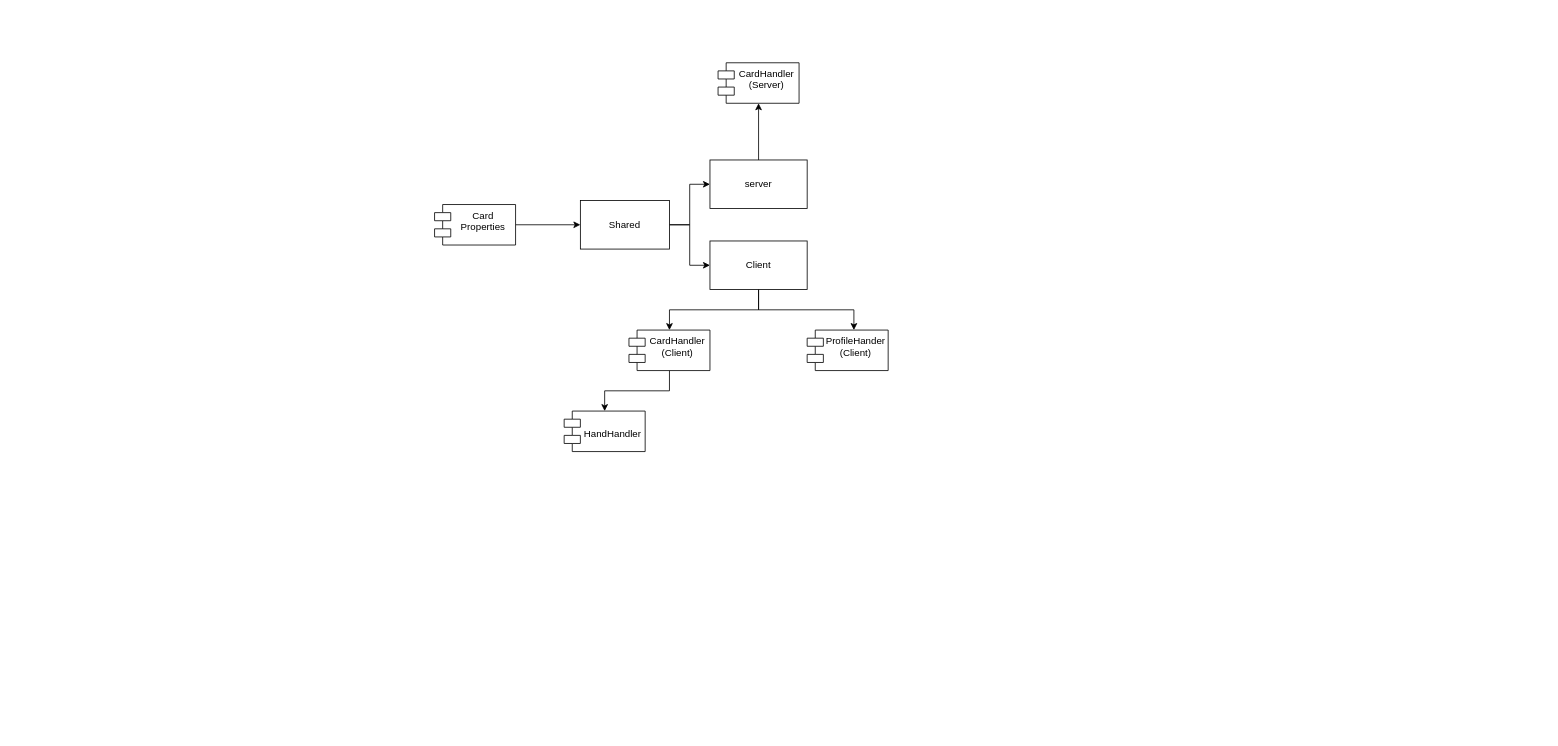
This is Untitled Diagram.drawio from dso12red/Class-30, a draw.io file, before an edit. Source tidied: cells renumbered, new cells numbered last; positions are measured from the earlier drawing's top-left corner, leaving out a move shared by most shapes. Both pictures are drawn from the tidied source at 81%, with x=0, y=0 at pixel (434, 62).
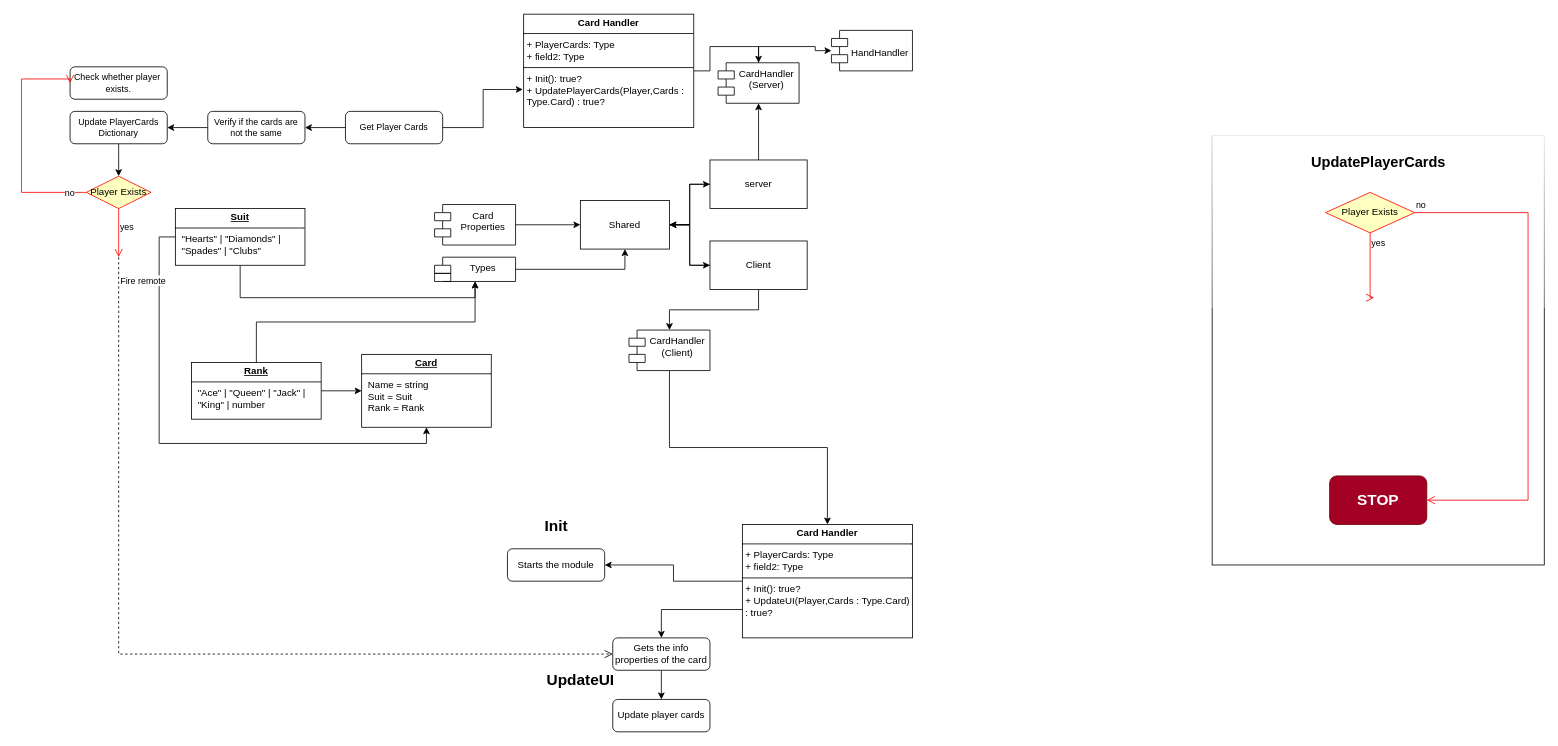
The same page after the edit.

The change refers to these unchanged cells:
```xml
<mxCell id="3" value="server" style="rounded=0;whiteSpace=wrap;html=1;" parent="1" vertex="1">
  <mxGeometry x="340" y="120" width="120" height="60" as="geometry" />
</mxCell>
<mxCell id="4" value="CardHandler&lt;div&gt;(Server)&lt;/div&gt;" style="shape=module;align=left;spacingLeft=20;align=center;verticalAlign=top;whiteSpace=wrap;html=1;" parent="1" vertex="1">
  <mxGeometry x="350" width="100" height="50" as="geometry" />
</mxCell>
<mxCell id="6" value="CardHandler&lt;div&gt;(Client)&lt;/div&gt;" style="shape=module;align=left;spacingLeft=20;align=center;verticalAlign=top;whiteSpace=wrap;html=1;" parent="1" vertex="1">
  <mxGeometry x="240" y="330" width="100" height="50" as="geometry" />
</mxCell>
<mxCell id="8" value="Client" style="rounded=0;whiteSpace=wrap;html=1;" parent="1" vertex="1">
  <mxGeometry x="340" y="220" width="120" height="60" as="geometry" />
</mxCell>
<mxCell id="15" value="Shared" style="rounded=0;whiteSpace=wrap;html=1;" parent="1" vertex="1">
  <mxGeometry x="180" y="170" width="110" height="60" as="geometry" />
</mxCell>
```

What changed in the source:
```diff
@@
+    <mxCell id="17" style="edgeStyle=orthogonalEdgeStyle;rounded=0;jettySize=auto;html=1;exitX=0;exitY=0.5;exitDx=0;exitDy=0;entryX=1;entryY=0.5;entryDx=0;entryDy=0;" parent="1" edge="1" source="3" target="15">
+      <mxGeometry relative="1" as="geometry" />
+    </mxCell>
@@
+    <mxCell id="18" style="edgeStyle=orthogonalEdgeStyle;rounded=0;jettySize=auto;html=1;exitX=0.5;exitY=0;exitDx=0;exitDy=0;" parent="1" edge="1" source="4" target="16">
+      <mxGeometry relative="1" as="geometry" />
+    </mxCell>
@@
-    <mxCell id="5" style="edgeStyle=orthogonalEdgeStyle;rounded=0;jettySize=auto;html=1;exitX=0.5;exitY=1;exitDx=0;exitDy=0;entryX=0.5;entryY=0;entryDx=0;entryDy=0;" parent="1" edge="1" source="6" target="16">
-      <mxGeometry relative="1" as="geometry" />
-    </mxCell>
+    <mxCell id="19" style="edgeStyle=orthogonalEdgeStyle;rounded=0;jettySize=auto;html=1;exitX=0.5;exitY=1;exitDx=0;exitDy=0;entryX=0.5;entryY=0;entryDx=0;entryDy=0;" parent="1" edge="1" source="6" target="42">
+      <mxGeometry relative="1" as="geometry" />
+    </mxCell>
@@
+    <mxCell id="20" style="edgeStyle=orthogonalEdgeStyle;rounded=0;jettySize=auto;html=1;exitX=0;exitY=0.5;exitDx=0;exitDy=0;entryX=1;entryY=0.5;entryDx=0;entryDy=0;" parent="1" edge="1" source="8" target="15">
+      <mxGeometry relative="1" as="geometry" />
+    </mxCell>
@@
-    <mxCell id="9" value="ProfileHander&lt;div&gt;(Client)&lt;/div&gt;" style="shape=module;align=left;spacingLeft=20;align=center;verticalAlign=top;whiteSpace=wrap;html=1;" parent="1" vertex="1">
-      <mxGeometry x="460" y="330" width="100" height="50" as="geometry" />
-    </mxCell>
-    <mxCell id="10" style="edgeStyle=orthogonalEdgeStyle;rounded=0;jettySize=auto;html=1;exitX=0.5;exitY=1;exitDx=0;exitDy=0;entryX=0.577;entryY=-0.001;entryDx=0;entryDy=0;entryPerimeter=0;" parent="1" edge="1" source="8" target="9">
-      <mxGeometry relative="1" as="geometry" />
-    </mxCell>
@@
     <mxCell id="16" value="&lt;div&gt;&lt;br&gt;&lt;/div&gt;HandHandler" style="shape=module;align=left;spacingLeft=20;align=center;verticalAlign=top;whiteSpace=wrap;html=1;" parent="1" vertex="1">
-      <mxGeometry x="160" y="430" width="100" height="50" as="geometry" />
+      <mxGeometry x="490" y="-40" width="100" height="50" as="geometry" />
     </mxCell>
+    <mxCell id="21" style="edgeStyle=orthogonalEdgeStyle;rounded=0;jettySize=auto;html=1;exitX=1;exitY=0.5;exitDx=0;exitDy=0;entryX=0.5;entryY=1;entryDx=0;entryDy=0;" parent="1" edge="1" source="22" target="15">
+      <mxGeometry relative="1" as="geometry" />
+    </mxCell>
+    <mxCell id="22" value="Types&lt;div&gt;&lt;br&gt;&lt;/div&gt;" style="shape=module;align=left;spacingLeft=20;align=center;verticalAlign=top;whiteSpace=wrap;html=1;" parent="1" vertex="1">
+      <mxGeometry y="240" width="100" height="30" as="geometry" />
+    </mxCell>
+    <mxCell id="23" value="&lt;p style=&quot;margin:0px;margin-top:4px;text-align:center;text-decoration:underline;&quot;&gt;&lt;b&gt;Card&lt;/b&gt;&lt;/p&gt;&lt;hr size=&quot;1&quot; style=&quot;border-style:solid;&quot;&gt;&lt;p style=&quot;margin:0px;margin-left:8px;&quot;&gt;Name = string&lt;br&gt;Suit = Suit&lt;br&gt;Rank = Rank&lt;/p&gt;" style="verticalAlign=top;align=left;overflow=fill;html=1;whiteSpace=wrap;" parent="1" vertex="1">
+      <mxGeometry x="-90" y="360" width="160" height="90" as="geometry" />
+    </mxCell>
+    <mxCell id="24" style="edgeStyle=orthogonalEdgeStyle;rounded=0;jettySize=auto;html=1;exitX=1;exitY=0.5;exitDx=0;exitDy=0;entryX=0;entryY=0.5;entryDx=0;entryDy=0;" parent="1" edge="1" source="26" target="23">
+      <mxGeometry relative="1" as="geometry" />
+    </mxCell>
+    <mxCell id="25" style="edgeStyle=orthogonalEdgeStyle;rounded=0;jettySize=auto;html=1;exitX=0.5;exitY=0;exitDx=0;exitDy=0;entryX=0.5;entryY=1;entryDx=0;entryDy=0;" parent="1" edge="1" source="26" target="22">
+      <mxGeometry relative="1" as="geometry" />
+    </mxCell>
+    <mxCell id="26" value="&lt;p style=&quot;margin:0px;margin-top:4px;text-align:center;text-decoration:underline;&quot;&gt;&lt;b&gt;Rank&lt;/b&gt;&lt;/p&gt;&lt;hr size=&quot;1&quot; style=&quot;border-style:solid;&quot;&gt;&lt;p style=&quot;margin:0px;margin-left:8px;&quot;&gt;&quot;Ace&quot; | &quot;Queen&quot; | &quot;Jack&quot; | &quot;King&quot; | number&lt;/p&gt;" style="verticalAlign=top;align=left;overflow=fill;html=1;whiteSpace=wrap;" parent="1" vertex="1">
+      <mxGeometry x="-300" y="370" width="160" height="70" as="geometry" />
+    </mxCell>
+    <mxCell id="27" style="edgeStyle=orthogonalEdgeStyle;rounded=0;jettySize=auto;html=1;exitX=0.5;exitY=1;exitDx=0;exitDy=0;entryX=0.5;entryY=1;entryDx=0;entryDy=0;" parent="1" edge="1" source="29" target="22">
+      <mxGeometry relative="1" as="geometry" />
+    </mxCell>
+    <mxCell id="28" style="edgeStyle=orthogonalEdgeStyle;rounded=0;jettySize=auto;html=1;exitX=0;exitY=0.5;exitDx=0;exitDy=0;entryX=0.5;entryY=1;entryDx=0;entryDy=0;" parent="1" edge="1" source="29" target="23">
+      <mxGeometry relative="1" as="geometry" />
+    </mxCell>
+    <mxCell id="29" value="&lt;p style=&quot;margin:0px;margin-top:4px;text-align:center;text-decoration:underline;&quot;&gt;&lt;b&gt;Suit&lt;/b&gt;&lt;/p&gt;&lt;hr size=&quot;1&quot; style=&quot;border-style:solid;&quot;&gt;&lt;p style=&quot;margin:0px;margin-left:8px;&quot;&gt;&quot;Hearts&quot; | &quot;Diamonds&quot; | &quot;Spades&quot; | &quot;Clubs&quot;&lt;/p&gt;" style="verticalAlign=top;align=left;overflow=fill;html=1;whiteSpace=wrap;" parent="1" vertex="1">
+      <mxGeometry x="-320" y="180" width="160" height="70" as="geometry" />
+    </mxCell>
+    <mxCell id="30" style="edgeStyle=orthogonalEdgeStyle;rounded=0;jettySize=auto;html=1;exitX=1;exitY=0.5;exitDx=0;exitDy=0;entryX=0.5;entryY=0;entryDx=0;entryDy=0;" parent="1" edge="1" source="31" target="4">
+      <mxGeometry relative="1" as="geometry" />
+    </mxCell>
+    <mxCell id="31" value="&lt;p style=&quot;margin:0px;margin-top:4px;text-align:center;&quot;&gt;&lt;b&gt;Card Handler&lt;/b&gt;&lt;/p&gt;&lt;hr size=&quot;1&quot; style=&quot;border-style:solid;&quot;&gt;&lt;p style=&quot;margin:0px;margin-left:4px;&quot;&gt;+ PlayerCards: Type&lt;br&gt;+ field2: Type&lt;/p&gt;&lt;hr size=&quot;1&quot; style=&quot;border-style:solid;&quot;&gt;&lt;p style=&quot;margin:0px;margin-left:4px;&quot;&gt;+ Init(): true?&lt;br&gt;&lt;/p&gt;&lt;p style=&quot;margin:0px;margin-left:4px;&quot;&gt;+ UpdatePlayerCards(Player,Cards : Type.Card) : true?&lt;/p&gt;" style="verticalAlign=top;align=left;overflow=fill;html=1;whiteSpace=wrap;" parent="1" vertex="1">
+      <mxGeometry x="110" y="-60" width="210" height="140" as="geometry" />
+    </mxCell>
+    <mxCell id="32" style="edgeStyle=orthogonalEdgeStyle;rounded=0;jettySize=auto;html=1;exitX=0;exitY=0.5;exitDx=0;exitDy=0;entryX=1;entryY=0.5;entryDx=0;entryDy=0;" parent="1" edge="1" source="33" target="35">
+      <mxGeometry relative="1" as="geometry" />
+    </mxCell>
+    <mxCell id="33" value="Get Player Cards" style="rounded=1;whiteSpace=wrap;html=1;fontSize=11;" parent="1" vertex="1">
+      <mxGeometry x="-110" y="60" width="120" height="40" as="geometry" />
+    </mxCell>
+    <mxCell id="34" style="edgeStyle=orthogonalEdgeStyle;rounded=0;jettySize=auto;html=1;exitX=0;exitY=0.5;exitDx=0;exitDy=0;entryX=1;entryY=0.5;entryDx=0;entryDy=0;" parent="1" edge="1" source="35" target="37">
+      <mxGeometry relative="1" as="geometry" />
+    </mxCell>
+    <mxCell id="35" value="Verify if the cards are not the same" style="rounded=1;whiteSpace=wrap;html=1;fontSize=11;" parent="1" vertex="1">
+      <mxGeometry x="-280" y="60" width="120" height="40" as="geometry" />
+    </mxCell>
+    <mxCell id="36" style="edgeStyle=orthogonalEdgeStyle;rounded=0;jettySize=auto;html=1;exitX=0.5;exitY=1;exitDx=0;exitDy=0;entryX=0.5;entryY=0;entryDx=0;entryDy=0;" parent="1" edge="1" source="37">
+      <mxGeometry relative="1" as="geometry">
+        <mxPoint x="-390" y="140" as="targetPoint" />
+      </mxGeometry>
+    </mxCell>
+    <mxCell id="37" value="Update PlayerCards Dictionary" style="rounded=1;whiteSpace=wrap;html=1;fontSize=11;" parent="1" vertex="1">
+      <mxGeometry x="-450" y="60" width="120" height="40" as="geometry" />
+    </mxCell>
+    <mxCell id="38" style="edgeStyle=orthogonalEdgeStyle;rounded=0;orthogonalLoop=1;jettySize=auto;html=1;exitX=0.5;exitY=1;exitDx=0;exitDy=0;" parent="1" edge="1" source="35" target="35">
+      <mxGeometry relative="1" as="geometry" />
+    </mxCell>
+    <mxCell id="39" style="edgeStyle=orthogonalEdgeStyle;rounded=0;jettySize=auto;html=1;exitX=1;exitY=0.5;exitDx=0;exitDy=0;entryX=-0.005;entryY=0.664;entryDx=0;entryDy=0;entryPerimeter=0;" parent="1" edge="1" source="33" target="31">
+      <mxGeometry relative="1" as="geometry" />
+    </mxCell>
+    <mxCell id="40" style="edgeStyle=orthogonalEdgeStyle;rounded=0;jettySize=auto;html=1;exitX=0;exitY=0.75;exitDx=0;exitDy=0;entryX=0.5;entryY=0;entryDx=0;entryDy=0;" parent="1" edge="1" source="42" target="46">
+      <mxGeometry relative="1" as="geometry" />
+    </mxCell>
+    <mxCell id="41" style="edgeStyle=orthogonalEdgeStyle;rounded=0;jettySize=auto;html=1;exitX=0;exitY=0.5;exitDx=0;exitDy=0;entryX=1;entryY=0.5;entryDx=0;entryDy=0;" parent="1" edge="1" source="42" target="48">
+      <mxGeometry relative="1" as="geometry" />
+    </mxCell>
+    <mxCell id="42" value="&lt;p style=&quot;margin:0px;margin-top:4px;text-align:center;&quot;&gt;&lt;b&gt;Card Handler&lt;/b&gt;&lt;/p&gt;&lt;hr size=&quot;1&quot; style=&quot;border-style:solid;&quot;&gt;&lt;p style=&quot;margin:0px;margin-left:4px;&quot;&gt;+ PlayerCards: Type&lt;br&gt;+ field2: Type&lt;/p&gt;&lt;hr size=&quot;1&quot; style=&quot;border-style:solid;&quot;&gt;&lt;p style=&quot;margin:0px;margin-left:4px;&quot;&gt;+ Init(): true?&lt;br&gt;&lt;/p&gt;&lt;p style=&quot;margin:0px;margin-left:4px;&quot;&gt;+ UpdateUI(Player,Cards : Type.Card) : true?&lt;/p&gt;" style="verticalAlign=top;align=left;overflow=fill;html=1;whiteSpace=wrap;" parent="1" vertex="1">
+      <mxGeometry x="380" y="570" width="210" height="140" as="geometry" />
+    </mxCell>
+    <mxCell id="43" value="Update player cards" style="rounded=1;whiteSpace=wrap;html=1;" parent="1" vertex="1">
+      <mxGeometry x="220" y="786" width="120" height="40" as="geometry" />
+    </mxCell>
+    <mxCell id="44" value="UpdateUI" style="text;align=center;fontStyle=1;verticalAlign=middle;spacingLeft=3;spacingRight=3;strokeColor=none;html=1;fontSize=19;" parent="1" vertex="1">
+      <mxGeometry x="100" y="750" width="160" height="26" as="geometry" />
+    </mxCell>
+    <mxCell id="45" style="edgeStyle=orthogonalEdgeStyle;rounded=0;jettySize=auto;html=1;exitX=0.5;exitY=1;exitDx=0;exitDy=0;entryX=0.5;entryY=0;entryDx=0;entryDy=0;" parent="1" edge="1" source="46" target="43">
+      <mxGeometry relative="1" as="geometry" />
+    </mxCell>
+    <mxCell id="46" value="Gets the info properties of the card" style="rounded=1;whiteSpace=wrap;html=1;" parent="1" vertex="1">
+      <mxGeometry x="220" y="710" width="120" height="40" as="geometry" />
+    </mxCell>
+    <mxCell id="47" value="Fire remote" style="html=1;verticalAlign=bottom;endArrow=open;dashed=1;endSize=8;curved=0;rounded=0;entryX=0;entryY=0.5;entryDx=0;entryDy=0;" parent="1" edge="1" target="46">
+      <mxGeometry x="-0.93" y="30" relative="1" as="geometry">
+        <mxPoint x="-390" y="240" as="sourcePoint" />
+        <Array as="points">
+          <mxPoint x="-390" y="730" />
+        </Array>
+      </mxGeometry>
+    </mxCell>
+    <mxCell id="48" value="Starts the module" style="rounded=1;whiteSpace=wrap;html=1;" parent="1" vertex="1">
+      <mxGeometry x="90" y="600" width="120" height="40" as="geometry" />
+    </mxCell>
+    <mxCell id="49" value="Init" style="text;align=center;fontStyle=1;verticalAlign=middle;spacingLeft=3;spacingRight=3;strokeColor=none;html=1;fontSize=19;" parent="1" vertex="1">
+      <mxGeometry x="70" y="560" width="160" height="26" as="geometry" />
+    </mxCell>
+    <mxCell id="50" value="Check whether player&amp;nbsp;&lt;div&gt;exists.&lt;/div&gt;" style="rounded=1;whiteSpace=wrap;html=1;fontSize=11;" parent="1" vertex="1">
+      <mxGeometry x="-450" y="5" width="120" height="40" as="geometry" />
+    </mxCell>
+    <mxCell id="51" value="Player Exists" style="rhombus;whiteSpace=wrap;html=1;fontColor=#000000;fillColor=#ffffc0;strokeColor=#ff0000;" parent="1" vertex="1">
+      <mxGeometry x="-430" y="140" width="80" height="40" as="geometry" />
+    </mxCell>
+    <mxCell id="52" value="no" style="edgeStyle=orthogonalEdgeStyle;html=1;align=left;verticalAlign=bottom;endArrow=open;endSize=8;strokeColor=#ff0000;rounded=0;entryX=0;entryY=0.5;entryDx=0;entryDy=0;" parent="1" edge="1" source="51" target="50">
+      <mxGeometry x="-0.8" y="10" relative="1" as="geometry">
+        <Array as="points">
+          <mxPoint x="-510" y="160" />
+          <mxPoint x="-510" y="20" />
+          <mxPoint x="-450" y="20" />
+        </Array>
+      </mxGeometry>
+    </mxCell>
+    <mxCell id="53" value="yes" style="edgeStyle=orthogonalEdgeStyle;html=1;align=left;verticalAlign=top;endArrow=open;endSize=8;strokeColor=#ff0000;rounded=0;" parent="1" edge="1" source="51">
+      <mxGeometry x="-0.67" relative="1" as="geometry">
+        <mxPoint x="-390" y="240" as="targetPoint" />
+      </mxGeometry>
+    </mxCell>
+    <mxCell id="54" style="rounded=0;whiteSpace=wrap;html=1;glass=1;" parent="1" vertex="1">
+      <mxGeometry x="960" y="90" width="410" height="530" as="geometry" />
+    </mxCell>
+    <mxCell id="55" value="UpdatePlayerCards" style="text;align=center;fontStyle=1;verticalAlign=middle;spacingLeft=3;spacingRight=3;strokeColor=none;html=1;fontSize=18;" parent="1" vertex="1">
+      <mxGeometry x="1055" y="90" width="220" height="66" as="geometry" />
+    </mxCell>
+    <mxCell id="56" value="Player Exists" style="rhombus;whiteSpace=wrap;html=1;fontColor=#000000;fillColor=#ffffc0;strokeColor=#ff0000;" parent="1" vertex="1">
+      <mxGeometry x="1100" y="160" width="110" height="50" as="geometry" />
+    </mxCell>
+    <mxCell id="57" value="no" style="edgeStyle=orthogonalEdgeStyle;html=1;align=left;verticalAlign=bottom;endArrow=open;endSize=8;strokeColor=#ff0000;rounded=0;entryX=1;entryY=0.5;entryDx=0;entryDy=0;" parent="1" edge="1" source="56" target="59">
+      <mxGeometry x="-1" relative="1" as="geometry">
+        <Array as="points">
+          <mxPoint x="1350" y="185" />
+          <mxPoint x="1350" y="540" />
+        </Array>
+      </mxGeometry>
+    </mxCell>
+    <mxCell id="58" value="yes" style="edgeStyle=orthogonalEdgeStyle;html=1;align=left;verticalAlign=top;endArrow=open;endSize=8;strokeColor=#ff0000;rounded=0;" parent="1" edge="1" source="56">
+      <mxGeometry x="-1" relative="1" as="geometry">
+        <mxPoint x="1160" y="290" as="targetPoint" />
+        <Array as="points">
+          <mxPoint x="1155" y="290" />
+        </Array>
+      </mxGeometry>
+    </mxCell>
+    <mxCell id="59" value="STOP" style="rounded=1;whiteSpace=wrap;html=1;fillColor=light-dark(#A20025,#FF3455);fontColor=light-dark(#FFFFFF,#FFFFFF);strokeColor=#6F0000;fontSize=19;fontStyle=1;" parent="1" vertex="1">
+      <mxGeometry x="1105" y="510" width="120" height="60" as="geometry" />
+    </mxCell>
```
